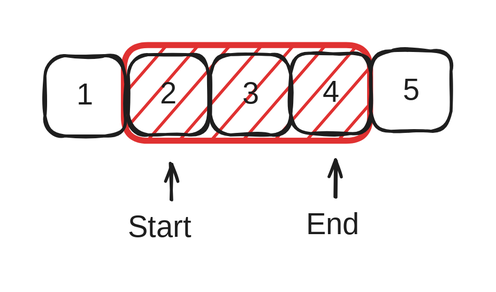
saisankalp-dev/gitbook-dsa keeps this Excalidraw diagram as .gitbook/assets/file.excalidraw (3).svg. Above is the earlier version. Source tidied: one line per element, renumbered; positions are measured from the earlier drawing's top-left corner, leaving out a move shared by most shapes. Its diagram source:
```json
{"id": 0, "type": "rectangle", "strokeColor": "#e03131", "backgroundColor": "#e03131", "fillStyle": "hachure", "strokeWidth": 4, "roughness": 0, "round": true, "x": 53, "y": 0, "width": 164, "height": 64}
{"id": 1, "type": "rectangle", "strokeColor": "#1e1e1e", "strokeWidth": 2, "roughness": 1, "round": true, "x": 0, "y": 7, "width": 53, "height": 53}
{"id": 2, "type": "text", "text": "1", "strokeColor": "#1e1e1e", "backgroundColor": "#e03131", "fillStyle": "hachure", "strokeWidth": 4, "roughness": 0, "fontSize": 20, "fontFamily": 1, "textAlign": "center", "verticalAlign": "middle", "inside": 1, "x": 24, "y": 21, "width": 5, "height": 25}
{"id": 3, "type": "rectangle", "strokeColor": "#1e1e1e", "strokeWidth": 2, "roughness": 1, "round": true, "x": 56, "y": 6, "width": 53, "height": 53}
{"id": 4, "type": "text", "text": "2", "strokeColor": "#1e1e1e", "backgroundColor": "#e03131", "fillStyle": "hachure", "strokeWidth": 4, "roughness": 0, "fontSize": 20, "fontFamily": 1, "textAlign": "center", "verticalAlign": "middle", "inside": 3, "x": 75, "y": 21, "width": 14, "height": 25}
{"id": 5, "type": "rectangle", "strokeColor": "#1e1e1e", "strokeWidth": 2, "roughness": 1, "round": true, "x": 110, "y": 6, "width": 53, "height": 53}
{"id": 6, "type": "text", "text": "3", "strokeColor": "#1e1e1e", "backgroundColor": "#e03131", "fillStyle": "hachure", "strokeWidth": 4, "roughness": 0, "fontSize": 20, "fontFamily": 1, "textAlign": "center", "verticalAlign": "middle", "inside": 5, "x": 130, "y": 21, "width": 14, "height": 25}
{"id": 7, "type": "rectangle", "strokeColor": "#1e1e1e", "strokeWidth": 2, "roughness": 1, "round": true, "x": 164, "y": 5, "width": 53, "height": 53}
{"id": 8, "type": "text", "text": "4", "strokeColor": "#1e1e1e", "backgroundColor": "#e03131", "fillStyle": "hachure", "strokeWidth": 4, "roughness": 0, "fontSize": 20, "fontFamily": 1, "textAlign": "center", "verticalAlign": "middle", "inside": 7, "x": 184, "y": 20, "width": 13, "height": 25}
{"id": 9, "type": "rectangle", "strokeColor": "#1e1e1e", "strokeWidth": 2, "roughness": 1, "round": true, "x": 217, "y": 4, "width": 53, "height": 53}
{"id": 10, "type": "text", "text": "5", "strokeColor": "#1e1e1e", "backgroundColor": "#e03131", "fillStyle": "hachure", "strokeWidth": 4, "roughness": 0, "fontSize": 20, "fontFamily": 1, "textAlign": "center", "verticalAlign": "middle", "inside": 9, "x": 238, "y": 18, "width": 12, "height": 25}
{"id": 11, "type": "arrow", "strokeColor": "#1e1e1e", "strokeWidth": 2, "roughness": 1, "endArrowhead": "arrow", "round": true, "from": 12, "to": 0, "x": 84, "y": 103, "width": 0, "height": 24, "points": [[0, 0], [0, -24]]}
{"id": 12, "type": "text", "text": "Start", "strokeColor": "#1e1e1e", "strokeWidth": 2, "roughness": 1, "fontSize": 20, "fontFamily": 1, "x": 55, "y": 110, "width": 57, "height": 25}
{"id": 13, "type": "arrow", "strokeColor": "#1e1e1e", "strokeWidth": 2, "roughness": 1, "endArrowhead": "arrow", "round": true, "from": 14, "to": 0, "x": 194, "y": 101, "width": 0, "height": 24, "points": [[0, 0], [0, -24]]}
{"id": 14, "type": "text", "text": "End", "strokeColor": "#1e1e1e", "strokeWidth": 2, "roughness": 1, "fontSize": 20, "fontFamily": 1, "x": 174, "y": 108, "width": 34, "height": 25}
```
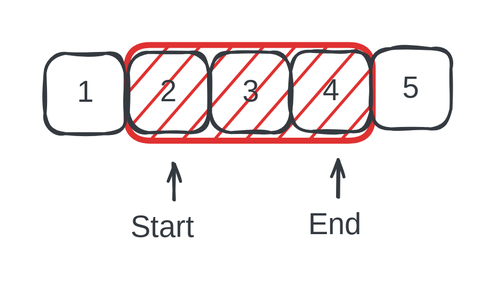
Later version of the same file.

Change to the diagram source:
```diff
@@ -1,15 +1,15 @@
-{"id": 0, "type": "rectangle", "strokeColor": "#e03131", "backgroundColor": "#e03131", "fillStyle": "hachure", "strokeWidth": 4, "roughness": 0, "round": true, "x": 53, "y": 0, "width": 164, "height": 64}
+{"id": 0, "type": "rectangle", "strokeColor": "#e03131", "backgroundColor": "#e03131", "fillStyle": "hachure", "strokeWidth": 4, "roughness": 0, "round": true, "x": 54, "y": 1, "width": 164, "height": 64}
-{"id": 1, "type": "rectangle", "strokeColor": "#1e1e1e", "strokeWidth": 2, "roughness": 1, "round": true, "x": 0, "y": 7, "width": 53, "height": 53}
+{"id": 1, "type": "rectangle", "strokeColor": "#343a40", "strokeWidth": 2, "roughness": 1, "round": true, "x": 0, "y": 7, "width": 53, "height": 53}
-{"id": 2, "type": "text", "text": "1", "strokeColor": "#1e1e1e", "backgroundColor": "#e03131", "fillStyle": "hachure", "strokeWidth": 4, "roughness": 0, "fontSize": 20, "fontFamily": 1, "textAlign": "center", "verticalAlign": "middle", "inside": 1, "x": 24, "y": 21, "width": 5, "height": 25}
+{"id": 2, "type": "text", "text": "1", "strokeColor": "#343a40", "backgroundColor": "#e03131", "fillStyle": "hachure", "strokeWidth": 4, "roughness": 0, "fontSize": 20, "fontFamily": 1, "textAlign": "center", "verticalAlign": "middle", "inside": 1, "x": 24, "y": 21, "width": 5, "height": 25}
-{"id": 3, "type": "rectangle", "strokeColor": "#1e1e1e", "strokeWidth": 2, "roughness": 1, "round": true, "x": 56, "y": 6, "width": 53, "height": 53}
+{"id": 3, "type": "rectangle", "strokeColor": "#343a40", "strokeWidth": 2, "roughness": 1, "round": true, "x": 56, "y": 6, "width": 53, "height": 53}
-{"id": 4, "type": "text", "text": "2", "strokeColor": "#1e1e1e", "backgroundColor": "#e03131", "fillStyle": "hachure", "strokeWidth": 4, "roughness": 0, "fontSize": 20, "fontFamily": 1, "textAlign": "center", "verticalAlign": "middle", "inside": 3, "x": 75, "y": 21, "width": 14, "height": 25}
+{"id": 4, "type": "text", "text": "2", "strokeColor": "#343a40", "backgroundColor": "#e03131", "fillStyle": "hachure", "strokeWidth": 4, "roughness": 0, "fontSize": 20, "fontFamily": 1, "textAlign": "center", "verticalAlign": "middle", "inside": 3, "x": 75, "y": 21, "width": 14, "height": 25}
-{"id": 5, "type": "rectangle", "strokeColor": "#1e1e1e", "strokeWidth": 2, "roughness": 1, "round": true, "x": 110, "y": 6, "width": 53, "height": 53}
+{"id": 5, "type": "rectangle", "strokeColor": "#343a40", "strokeWidth": 2, "roughness": 1, "round": true, "x": 110, "y": 6, "width": 53, "height": 53}
-{"id": 6, "type": "text", "text": "3", "strokeColor": "#1e1e1e", "backgroundColor": "#e03131", "fillStyle": "hachure", "strokeWidth": 4, "roughness": 0, "fontSize": 20, "fontFamily": 1, "textAlign": "center", "verticalAlign": "middle", "inside": 5, "x": 130, "y": 21, "width": 14, "height": 25}
+{"id": 6, "type": "text", "text": "3", "strokeColor": "#343a40", "backgroundColor": "#e03131", "fillStyle": "hachure", "strokeWidth": 4, "roughness": 0, "fontSize": 20, "fontFamily": 1, "textAlign": "center", "verticalAlign": "middle", "inside": 5, "x": 130, "y": 21, "width": 14, "height": 25}
-{"id": 7, "type": "rectangle", "strokeColor": "#1e1e1e", "strokeWidth": 2, "roughness": 1, "round": true, "x": 164, "y": 5, "width": 53, "height": 53}
+{"id": 7, "type": "rectangle", "strokeColor": "#343a40", "strokeWidth": 2, "roughness": 1, "round": true, "x": 164, "y": 6, "width": 53, "height": 53}
-{"id": 8, "type": "text", "text": "4", "strokeColor": "#1e1e1e", "backgroundColor": "#e03131", "fillStyle": "hachure", "strokeWidth": 4, "roughness": 0, "fontSize": 20, "fontFamily": 1, "textAlign": "center", "verticalAlign": "middle", "inside": 7, "x": 184, "y": 20, "width": 13, "height": 25}
+{"id": 8, "type": "text", "text": "4", "strokeColor": "#343a40", "backgroundColor": "#e03131", "fillStyle": "hachure", "strokeWidth": 4, "roughness": 0, "fontSize": 20, "fontFamily": 1, "textAlign": "center", "verticalAlign": "middle", "inside": 7, "x": 184, "y": 20, "width": 13, "height": 25}
-{"id": 9, "type": "rectangle", "strokeColor": "#1e1e1e", "strokeWidth": 2, "roughness": 1, "round": true, "x": 217, "y": 4, "width": 53, "height": 53}
+{"id": 9, "type": "rectangle", "strokeColor": "#343a40", "strokeWidth": 2, "roughness": 1, "round": true, "x": 217, "y": 4, "width": 53, "height": 53}
-{"id": 10, "type": "text", "text": "5", "strokeColor": "#1e1e1e", "backgroundColor": "#e03131", "fillStyle": "hachure", "strokeWidth": 4, "roughness": 0, "fontSize": 20, "fontFamily": 1, "textAlign": "center", "verticalAlign": "middle", "inside": 9, "x": 238, "y": 18, "width": 12, "height": 25}
+{"id": 10, "type": "text", "text": "5", "strokeColor": "#343a40", "backgroundColor": "#e03131", "fillStyle": "hachure", "strokeWidth": 4, "roughness": 0, "fontSize": 20, "fontFamily": 1, "textAlign": "center", "verticalAlign": "middle", "inside": 9, "x": 238, "y": 18, "width": 12, "height": 25}
-{"id": 11, "type": "arrow", "strokeColor": "#1e1e1e", "strokeWidth": 2, "roughness": 1, "endArrowhead": "arrow", "round": true, "from": 12, "to": 0, "x": 84, "y": 103, "width": 0, "height": 24, "points": [[0, 0], [0, -24]]}
+{"id": 11, "type": "arrow", "strokeColor": "#343a40", "strokeWidth": 2, "roughness": 1, "endArrowhead": "arrow", "round": true, "from": 12, "to": 0, "x": 86, "y": 104, "width": 0, "height": 24, "points": [[0, 0], [0, -24]]}
-{"id": 12, "type": "text", "text": "Start", "strokeColor": "#1e1e1e", "strokeWidth": 2, "roughness": 1, "fontSize": 20, "fontFamily": 1, "x": 55, "y": 110, "width": 57, "height": 25}
+{"id": 12, "type": "text", "text": "Start", "strokeColor": "#343a40", "strokeWidth": 2, "roughness": 1, "fontSize": 20, "fontFamily": 1, "x": 57, "y": 111, "width": 57, "height": 25}
-{"id": 13, "type": "arrow", "strokeColor": "#1e1e1e", "strokeWidth": 2, "roughness": 1, "endArrowhead": "arrow", "round": true, "from": 14, "to": 0, "x": 194, "y": 101, "width": 0, "height": 24, "points": [[0, 0], [0, -24]]}
+{"id": 13, "type": "arrow", "strokeColor": "#343a40", "strokeWidth": 2, "roughness": 1, "endArrowhead": "arrow", "round": true, "from": 14, "to": 0, "x": 196, "y": 103, "width": 0, "height": 24, "points": [[0, 0], [0, -24]]}
-{"id": 14, "type": "text", "text": "End", "strokeColor": "#1e1e1e", "strokeWidth": 2, "roughness": 1, "fontSize": 20, "fontFamily": 1, "x": 174, "y": 108, "width": 34, "height": 25}
+{"id": 14, "type": "text", "text": "End", "strokeColor": "#343a40", "strokeWidth": 2, "roughness": 1, "fontSize": 20, "fontFamily": 1, "x": 176, "y": 109, "width": 34, "height": 25}
```
